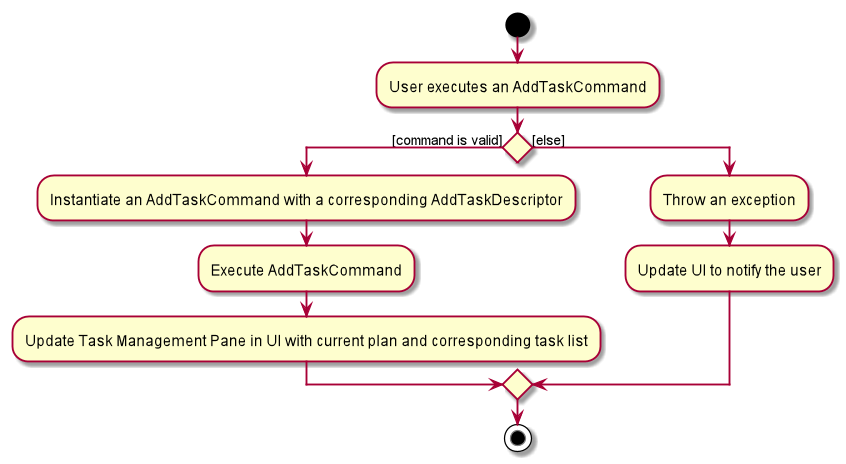
Earlier version of the PlantUML export docs/images/task/AddTaskCommandActivityDiagram.png (nus-cs2103-AY1920S1/addressbook-level3).
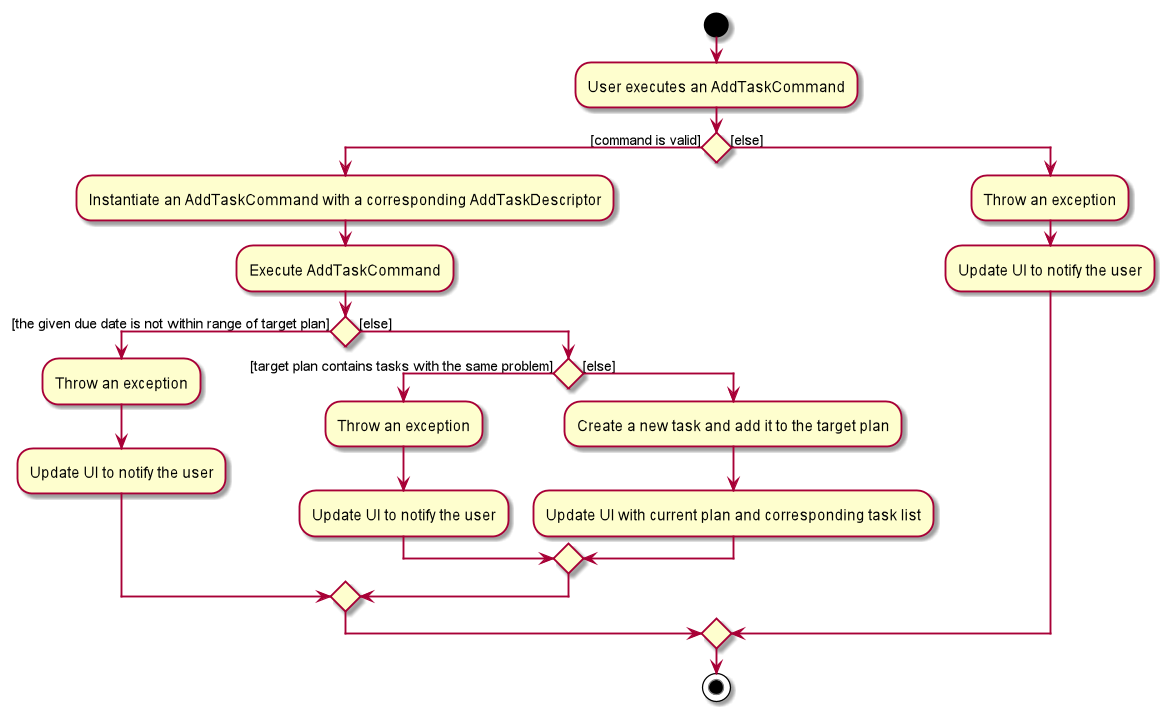
The same file after the commit.

The edit, as a diff of the source:
```diff
@@ -7,7 +7,18 @@
 if () then ([command is valid])
 	:Instantiate an AddTaskCommand with a corresponding AddTaskDescriptor;
 	:Execute AddTaskCommand;
-	:Update Task Management Pane in UI with current plan and corresponding task list;
+	if() then ([the given due date is not within range of target plan])
+	    :Throw an exception;
+	    :Update UI to notify the user;
+	else ([else])
+        if() then ([target plan contains tasks with the same problem])
+            :Throw an exception;
+            :Update UI to notify the user;
+        else ([else])
+            :Create a new task and add it to the target plan;
+            :Update UI with current plan and corresponding task list;
+        endif
+    endif
 else ([else])
 	:Throw an exception;
 	:Update UI to notify the user;
```
